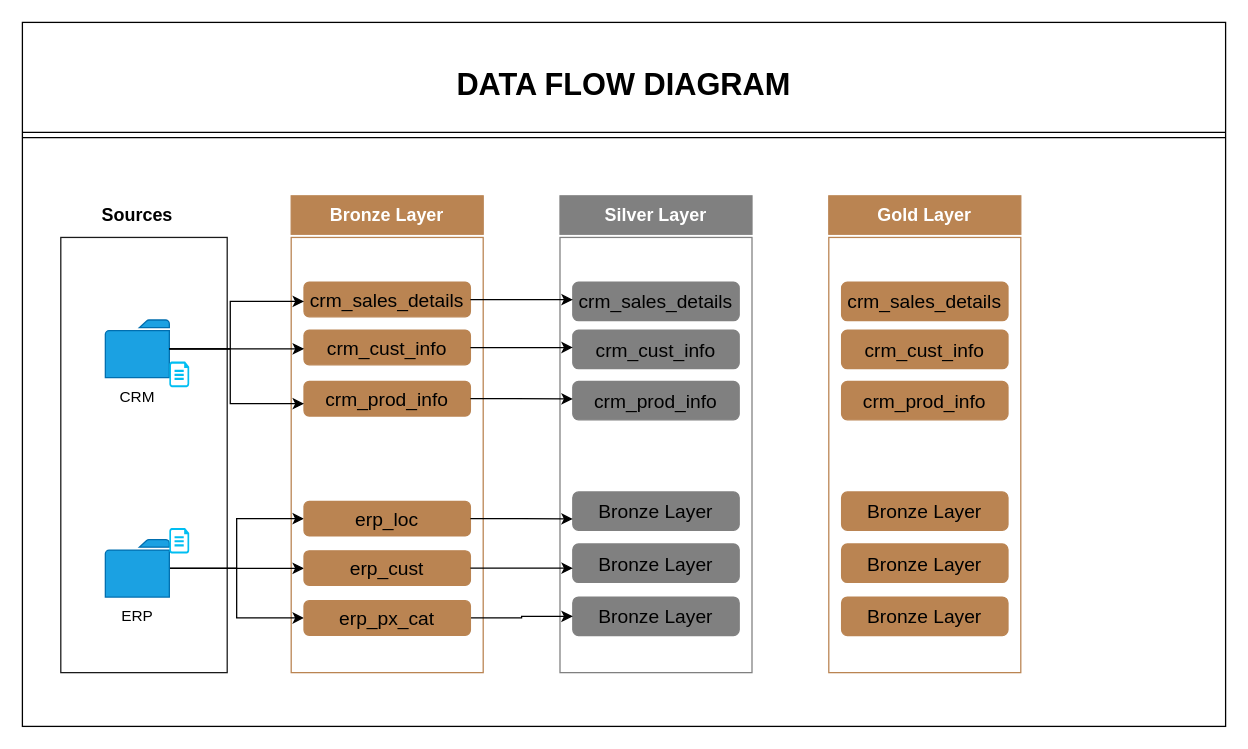
The draw.io diagram sql_data_warehouse/docs/data_flow.drawio in israelfeliz/SQL_Portfolio_Projects, before the edit. Source tidied: cells renumbered, new cells numbered last; positions are measured from the earlier drawing's top-left corner, leaving out a move shared by most shapes. Both pictures are drawn from the tidied source at 128%, with x=0, y=0 at pixel (22, 22).
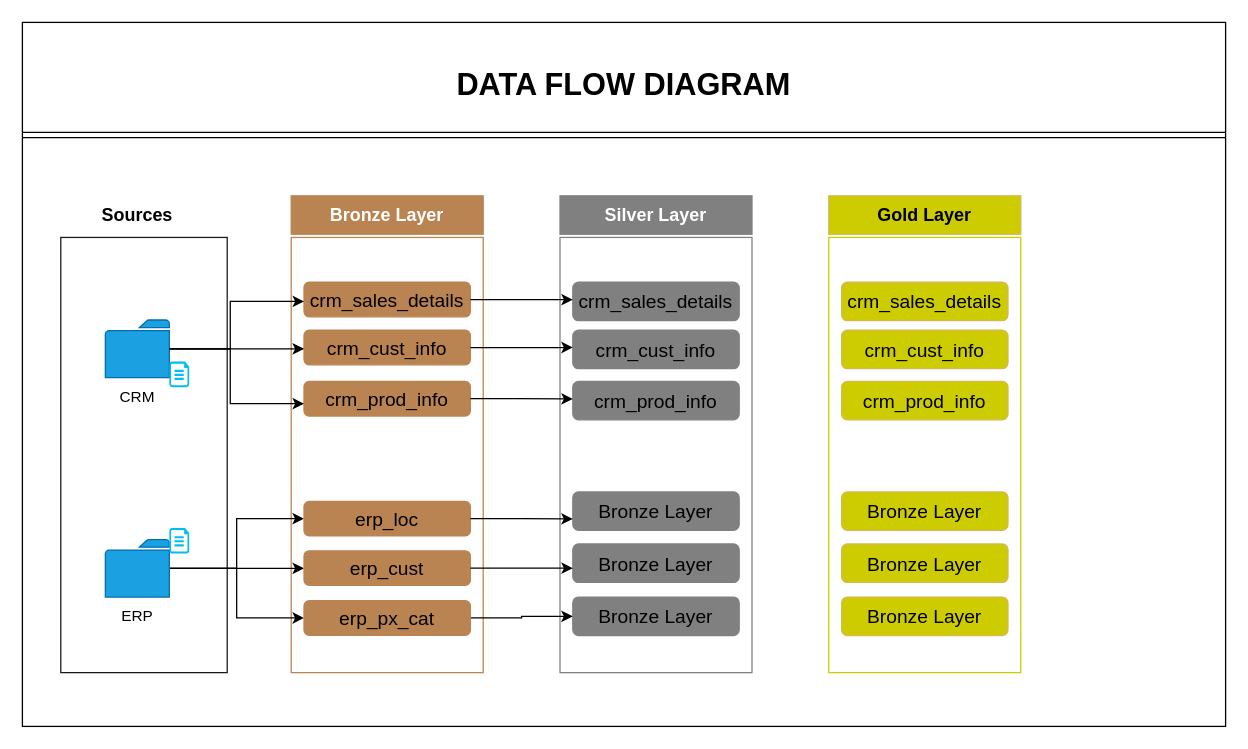
After the change.

Commit message (it also covers changes not shown here):
Load Silver Layer

What changed in the source:
```diff
@@
-    <mxCell id="29" style="rounded=0;whiteSpace=wrap;html=1;fillColor=none;fontColor=#ffffff;strokeColor=#BA8452;" parent="1" vertex="1">
+    <mxCell id="29" style="rounded=0;whiteSpace=wrap;html=1;fillColor=none;fontColor=#ffffff;strokeColor=#CCCC00;" parent="1" vertex="1">
       <mxGeometry x="630" y="168" width="150" height="340" as="geometry" />
     </mxCell>
-    <mxCell id="30" value="&lt;b&gt;&lt;font style=&quot;font-size: 14px;&quot;&gt;Gold Layer&lt;/font&gt;&lt;/b&gt;" style="rounded=0;whiteSpace=wrap;html=1;fillColor=#BA8452;fontColor=#ffffff;strokeColor=#BA8452;" parent="1" vertex="1">
+    <mxCell id="30" value="&lt;b&gt;&lt;font style=&quot;font-size: 14px;&quot;&gt;Gold Layer&lt;/font&gt;&lt;/b&gt;" style="rounded=0;whiteSpace=wrap;html=1;fillColor=light-dark(#CCCC00,#281D00);strokeColor=#d6b656;" parent="1" vertex="1">
       <mxGeometry x="630" y="135.5" width="150" height="30" as="geometry" />
     </mxCell>
-    <mxCell id="31" value="&lt;span style=&quot;font-size: 15px;&quot;&gt;crm_sales_details&lt;/span&gt;" style="rounded=1;whiteSpace=wrap;html=1;strokeColor=#BA8452;fillColor=#BA8452;" parent="1" vertex="1">
+    <mxCell id="31" value="&lt;span style=&quot;font-size: 15px;&quot;&gt;crm_sales_details&lt;/span&gt;" style="rounded=1;whiteSpace=wrap;html=1;strokeColor=#d6b656;fillColor=#CCCC00;" parent="1" vertex="1">
       <mxGeometry x="640" y="203" width="130" height="30" as="geometry" />
     </mxCell>
-    <mxCell id="32" value="&lt;font style=&quot;font-size: 15px;&quot;&gt;crm_cust_info&lt;/font&gt;" style="rounded=1;whiteSpace=wrap;html=1;strokeColor=#BA8452;fillColor=#BA8452;" parent="1" vertex="1">
+    <mxCell id="32" value="&lt;font style=&quot;font-size: 15px;&quot;&gt;crm_cust_info&lt;/font&gt;" style="rounded=1;whiteSpace=wrap;html=1;strokeColor=#d6b656;fillColor=#CCCC00;" parent="1" vertex="1">
       <mxGeometry x="640" y="240.5" width="130" height="30" as="geometry" />
     </mxCell>
-    <mxCell id="33" value="&lt;font style=&quot;font-size: 15px;&quot;&gt;crm_prod_info&lt;/font&gt;" style="rounded=1;whiteSpace=wrap;html=1;strokeColor=#BA8452;fillColor=#BA8452;" parent="1" vertex="1">
+    <mxCell id="33" value="&lt;font style=&quot;font-size: 15px;&quot;&gt;crm_prod_info&lt;/font&gt;" style="rounded=1;whiteSpace=wrap;html=1;strokeColor=#d6b656;fillColor=#CCCC00;" parent="1" vertex="1">
       <mxGeometry x="640" y="280.5" width="130" height="30" as="geometry" />
     </mxCell>
-    <mxCell id="34" value="&lt;font style=&quot;font-size: 15px;&quot;&gt;Bronze Layer&lt;/font&gt;" style="rounded=1;whiteSpace=wrap;html=1;strokeColor=#BA8452;fillColor=#BA8452;" parent="1" vertex="1">
+    <mxCell id="34" value="&lt;font style=&quot;font-size: 15px;&quot;&gt;Bronze Layer&lt;/font&gt;" style="rounded=1;whiteSpace=wrap;html=1;strokeColor=#d6b656;fillColor=#CCCC00;" parent="1" vertex="1">
       <mxGeometry x="640" y="366.8" width="130" height="30" as="geometry" />
     </mxCell>
-    <mxCell id="35" value="&lt;font style=&quot;font-size: 15px;&quot;&gt;Bronze Layer&lt;/font&gt;" style="rounded=1;whiteSpace=wrap;html=1;strokeColor=#BA8452;fillColor=#BA8452;" parent="1" vertex="1">
+    <mxCell id="35" value="&lt;font style=&quot;font-size: 15px;&quot;&gt;Bronze Layer&lt;/font&gt;" style="rounded=1;whiteSpace=wrap;html=1;strokeColor=#d6b656;fillColor=#CCCC00;" parent="1" vertex="1">
       <mxGeometry x="640" y="407.5" width="130" height="30" as="geometry" />
     </mxCell>
-    <mxCell id="36" value="&lt;font style=&quot;font-size: 15px;&quot;&gt;Bronze Layer&lt;/font&gt;" style="rounded=1;whiteSpace=wrap;html=1;strokeColor=#BA8452;fillColor=#BA8452;" parent="1" vertex="1">
+    <mxCell id="36" value="&lt;font style=&quot;font-size: 15px;&quot;&gt;Bronze Layer&lt;/font&gt;" style="rounded=1;whiteSpace=wrap;html=1;strokeColor=#d6b656;fillColor=light-dark(#CCCC00,#281D00);" parent="1" vertex="1">
       <mxGeometry x="640" y="449" width="130" height="30" as="geometry" />
     </mxCell>
```
